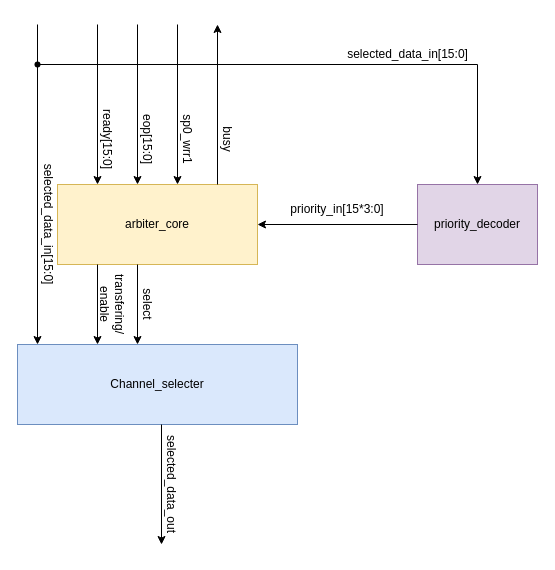
This is system_blocks/write_arbiter_system_block.drawio from miilTgy/sram_ctl, a draw.io file, before an edit. Source tidied: cells renumbered, new cells numbered last; positions are measured from the earlier drawing's top-left corner, leaving out a move shared by most shapes. Both pictures are drawn from the tidied source at 100%, with x=0, y=0 at pixel (-3, 24).
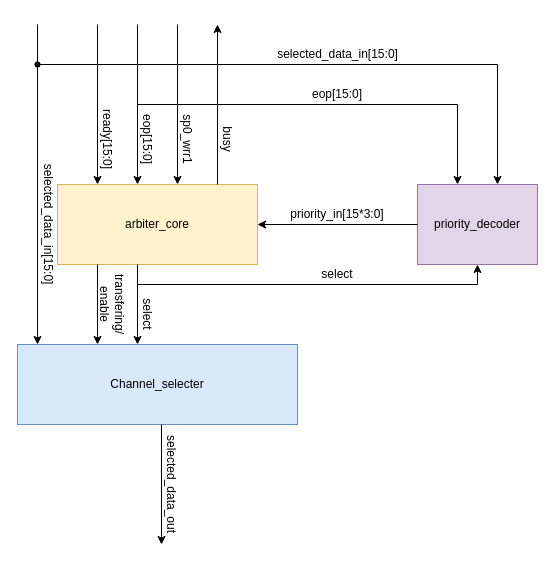
The same diagram, later.

Commit message (it also covers changes not shown here):
Modified write_arbiter_system_block.

What changed in the source:
```diff
@@
     <mxCell id="15" value="select" style="text;html=1;align=center;verticalAlign=middle;whiteSpace=wrap;rounded=0;rotation=90;" parent="1" vertex="1">
-      <mxGeometry x="120" y="265" width="60" height="30" as="geometry" />
+      <mxGeometry x="120" y="275" width="60" height="30" as="geometry" />
     </mxCell>
@@
     <mxCell id="18" value="priority_in[15*3:0]" style="text;html=1;align=center;verticalAlign=middle;whiteSpace=wrap;rounded=0;" parent="1" vertex="1">
-      <mxGeometry x="310" y="170" width="60" height="30" as="geometry" />
+      <mxGeometry x="310" y="170" width="60" height="40" as="geometry" />
     </mxCell>
     <mxCell id="19" style="endArrow=classic;html=1;rounded=0;" parent="1" edge="1">
       <mxGeometry relative="1" as="geometry">
         <mxPoint x="40" y="40" as="sourcePoint" />
-        <mxPoint x="480" y="160" as="targetPoint" />
+        <mxPoint x="500" y="160" as="targetPoint" />
         <Array as="points">
-          <mxPoint x="480" y="40" />
+          <mxPoint x="500" y="40" />
         </Array>
       </mxGeometry>
     </mxCell>
     <mxCell id="20" value="selected_data_in[15:0]" style="text;html=1;align=center;verticalAlign=middle;whiteSpace=wrap;rounded=0;rotation=0;" parent="1" vertex="1">
-      <mxGeometry x="360" y="20" width="101" height="20" as="geometry" />
+      <mxGeometry x="289.5" y="20" width="101" height="20" as="geometry" />
     </mxCell>
@@
+    <mxCell id="26" style="endArrow=classic;html=1;rounded=0;" parent="1" edge="1">
+      <mxGeometry relative="1" as="geometry">
+        <mxPoint x="140" y="80" as="sourcePoint" />
+        <mxPoint x="460" y="160" as="targetPoint" />
+        <Array as="points">
+          <mxPoint x="460" y="80" />
+        </Array>
+      </mxGeometry>
+    </mxCell>
+    <mxCell id="27" value="eop[15:0]" style="text;html=1;align=center;verticalAlign=middle;whiteSpace=wrap;rounded=0;" parent="1" vertex="1">
+      <mxGeometry x="310" y="60" width="60" height="20" as="geometry" />
+    </mxCell>
+    <mxCell id="28" style="endArrow=classic;html=1;rounded=0;" parent="1" edge="1">
+      <mxGeometry relative="1" as="geometry">
+        <mxPoint x="140" y="260" as="sourcePoint" />
+        <mxPoint x="480" y="240" as="targetPoint" />
+        <Array as="points">
+          <mxPoint x="480" y="260" />
+        </Array>
+      </mxGeometry>
+    </mxCell>
+    <mxCell id="29" value="select" style="text;html=1;align=center;verticalAlign=middle;whiteSpace=wrap;rounded=0;rotation=0;" parent="1" vertex="1">
+      <mxGeometry x="310" y="235" width="60" height="30" as="geometry" />
+    </mxCell>
```
